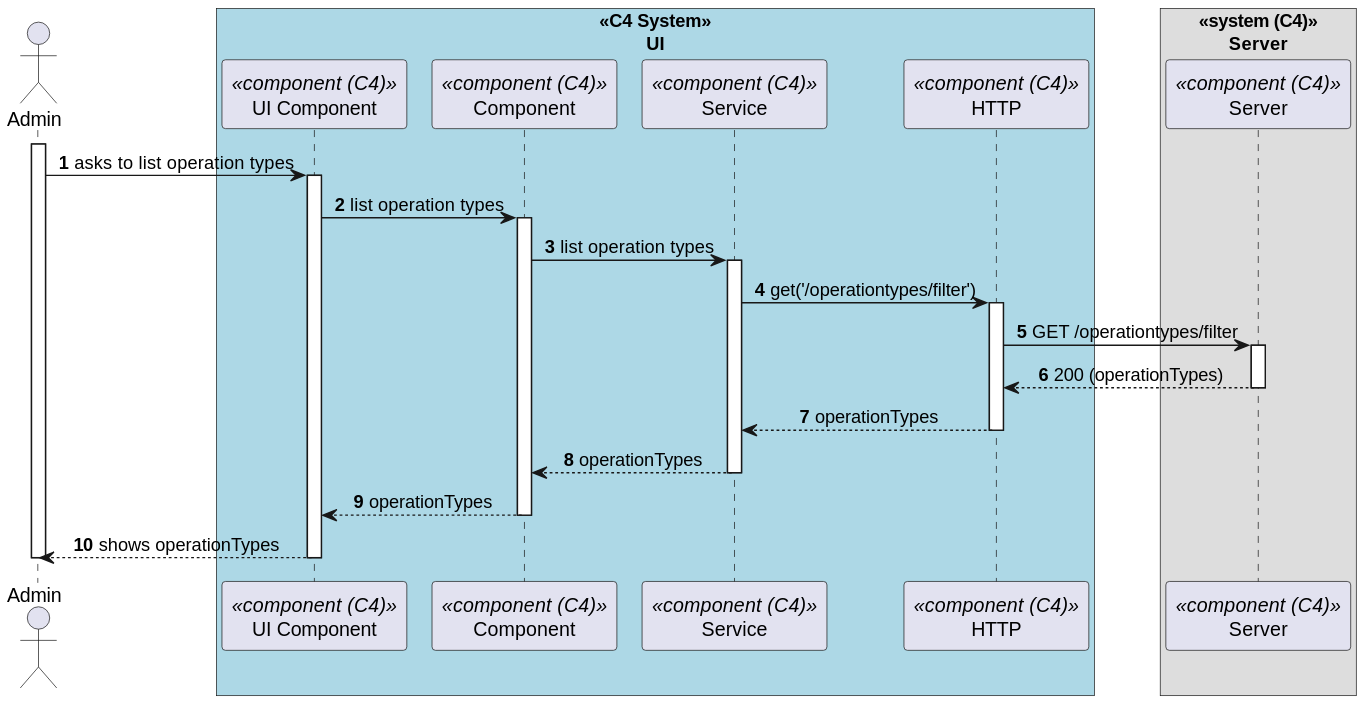
Above: docs/sprint-b/us-6.2.21/views/level3/process-view.svg in 1220846/sem5pi-24-25-3ddg20 (PlantUML), before the change.
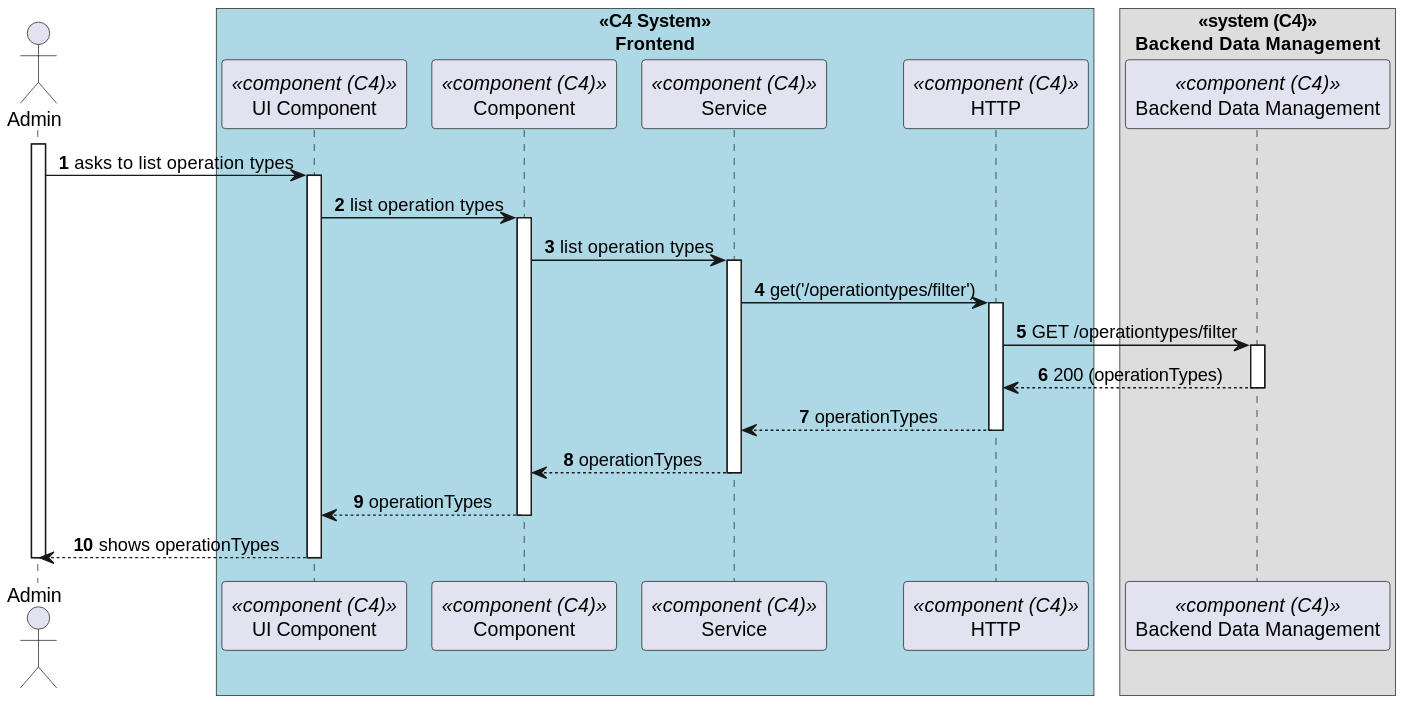
Later version of the same file.

Change to the diagram source:
```diff
@@ -2,15 +2,15 @@
 autonumber
 skinparam DefaultTextAlignment center
 actor Admin as "Admin"
-box "<<C4 System>>\nUI"#LightBlue
+box "<<C4 System>>\nFrontend"#LightBlue
     participant ComponentUI as "UI Component" <<component (C4)>>
     participant Component as "Component" <<component (C4)>>
     participant SRV as "Service" <<component (C4)>>
     participant HTTP as "HTTP" <<component (C4)>>
 end box
 
-box "<<system (C4)>>\nServer"
-  participant Server as "Server" <<component (C4)>>
+box "<<system (C4)>>\nBackend Data Management"
+  participant BackendDataManagement as "Backend Data Management" <<component (C4)>>
 end box
 
 activate Admin
@@ -29,11 +29,11 @@
                 SRV -> HTTP : get('/operationtypes/filter')
 
                 activate HTTP
-                    HTTP -> Server : GET /operationtypes/filter
+                    HTTP -> BackendDataManagement : GET /operationtypes/filter
 
-                    activate Server
-                        Server --> HTTP : 200 (operationTypes)
-                    deactivate Server
+                    activate BackendDataManagement
+                        BackendDataManagement --> HTTP : 200 (operationTypes)
+                    deactivate BackendDataManagement
 
                     HTTP --> SRV : operationTypes
 
```
